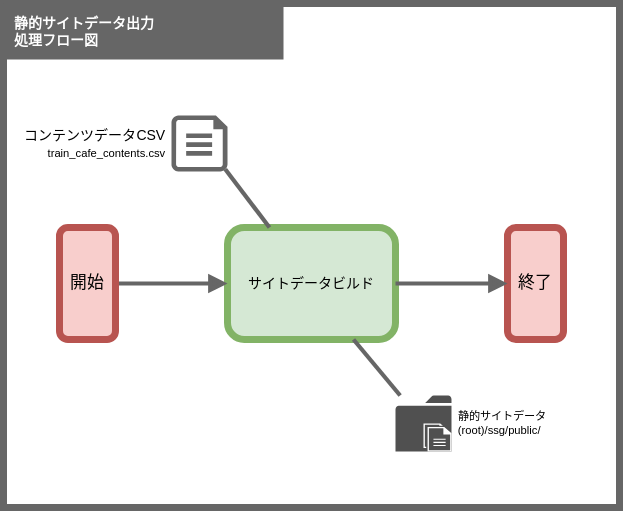
Earlier version of the draw.io export doc/201_設計/01510204_静的サイトデータ出力_処理フロー図.drawio.svg (take4bcreators/cafe-train-prj). Source tidied: cells renumbered, new cells last; positions are measured from the earlier drawing's top-left corner, leaving out a move shared by most shapes.
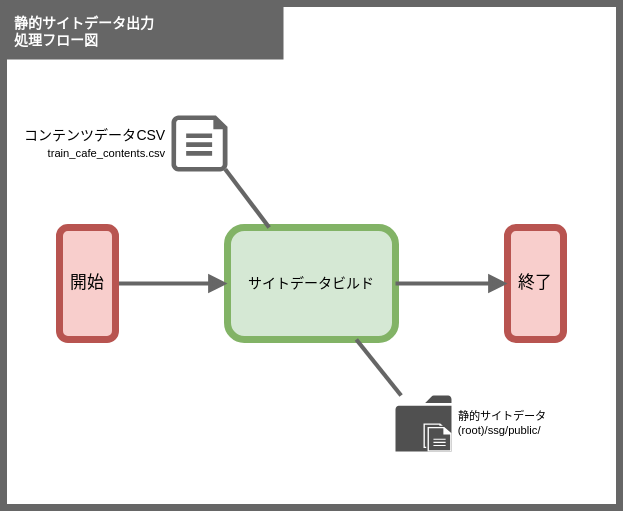
Above is the later version.

Diff of the diagram source:
```diff
@@ -9,13 +9,13 @@
     <mxCell id="4" value="サイトデータビルド" style="rounded=1;whiteSpace=wrap;html=1;fillColor=#d5e8d4;strokeColor=#82b366;strokeWidth=5;fontSize=10;" parent="3" vertex="1">
       <mxGeometry x="160" y="160" width="120" height="80" as="geometry" />
     </mxCell>
-    <mxCell id="5" style="edgeStyle=none;html=1;exitX=1;exitY=0.5;exitDx=0;exitDy=0;endArrow=block;endFill=1;strokeColor=#666666;strokeWidth=3;" parent="3" edge="1" source="6" target="4">
+    <mxCell id="5" style="edgeStyle=none;html=1;endArrow=block;endFill=1;strokeColor=#666666;strokeWidth=3;" parent="3" edge="1" source="6" target="4">
       <mxGeometry relative="1" as="geometry" />
     </mxCell>
     <mxCell id="6" value="開始" style="rounded=1;whiteSpace=wrap;html=1;fillColor=#f8cecc;strokeColor=#b85450;strokeWidth=5;" parent="3" vertex="1">
       <mxGeometry x="40" y="160" width="40" height="80" as="geometry" />
     </mxCell>
-    <mxCell id="7" style="edgeStyle=none;shape=connector;rounded=1;html=1;exitX=0.96;exitY=0.96;exitDx=0;exitDy=0;exitPerimeter=0;entryX=0.25;entryY=0;entryDx=0;entryDy=0;labelBackgroundColor=default;fontFamily=Helvetica;fontSize=11;fontColor=default;endArrow=none;endFill=0;strokeColor=#666666;strokeWidth=3;" parent="3" edge="1" source="11" target="4">
+    <mxCell id="7" style="edgeStyle=none;shape=connector;rounded=1;html=1;exitX=0.96;exitY=0.96;exitDx=0;exitDy=0;exitPerimeter=0;labelBackgroundColor=default;fontFamily=Helvetica;fontSize=11;fontColor=default;endArrow=none;endFill=0;strokeColor=#666666;strokeWidth=3;" parent="3" edge="1" source="11" target="4">
       <mxGeometry relative="1" as="geometry" />
     </mxCell>
     <mxCell id="8" value="終了" style="rounded=1;whiteSpace=wrap;html=1;fillColor=#f8cecc;strokeColor=#b85450;strokeWidth=5;" parent="3" vertex="1">
@@ -24,7 +24,7 @@
     <mxCell id="9" value="静的サイトデータ出力&lt;br&gt;処理フロー図" style="rounded=0;whiteSpace=wrap;html=1;fillColor=#666666;strokeColor=none;strokeWidth=5;fontSize=10;fontColor=#FFFFFF;align=left;spacingLeft=6;spacingRight=6;fontStyle=1;" parent="3" vertex="1">
       <mxGeometry width="200" height="40" as="geometry" />
     </mxCell>
-    <mxCell id="10" style="edgeStyle=none;html=1;endArrow=block;endFill=1;strokeColor=#666666;strokeWidth=3;entryX=0;entryY=0.5;entryDx=0;entryDy=0;exitX=1;exitY=0.5;exitDx=0;exitDy=0;" parent="3" edge="1" source="4" target="8">
+    <mxCell id="10" style="edgeStyle=none;html=1;endArrow=block;endFill=1;strokeColor=#666666;strokeWidth=3;" parent="3" edge="1" source="4" target="8">
       <mxGeometry relative="1" as="geometry" />
     </mxCell>
     <mxCell id="11" value="コンテンツデータCSV&lt;br&gt;&lt;font style=&quot;text-align: left ; font-size: 8px&quot;&gt;train_cafe_contents.csv&lt;/font&gt;" style="verticalLabelPosition=middle;html=1;verticalAlign=middle;align=right;strokeColor=none;fillColor=#666666;shape=mxgraph.azure.cloud_services_configuration_file;labelPosition=left;spacingLeft=3;fontSize=10;spacingRight=3;" parent="3" vertex="1">
@@ -39,7 +39,7 @@
     <mxCell id="14" style="sketch=0;shadow=0;dashed=0;html=1;strokeColor=none;fillColor=#FFFFFF;labelPosition=center;verticalLabelPosition=bottom;verticalAlign=top;align=center;shape=mxgraph.office.concepts.documents;" parent="12" vertex="1">
       <mxGeometry x="20" y="20" width="20" height="20" as="geometry" />
     </mxCell>
-    <mxCell id="15" style="edgeStyle=none;shape=connector;rounded=1;html=1;exitX=0.75;exitY=1;exitDx=0;exitDy=0;labelBackgroundColor=default;fontFamily=Helvetica;fontSize=11;fontColor=default;endArrow=none;endFill=0;strokeColor=#666666;strokeWidth=3;" parent="3" edge="1" source="4" target="13">
+    <mxCell id="15" style="edgeStyle=none;shape=connector;rounded=1;html=1;labelBackgroundColor=default;fontFamily=Helvetica;fontSize=11;fontColor=default;endArrow=none;endFill=0;strokeColor=#666666;strokeWidth=3;" parent="3" edge="1" source="4" target="13">
       <mxGeometry relative="1" as="geometry" />
     </mxCell>
   </root>
```
